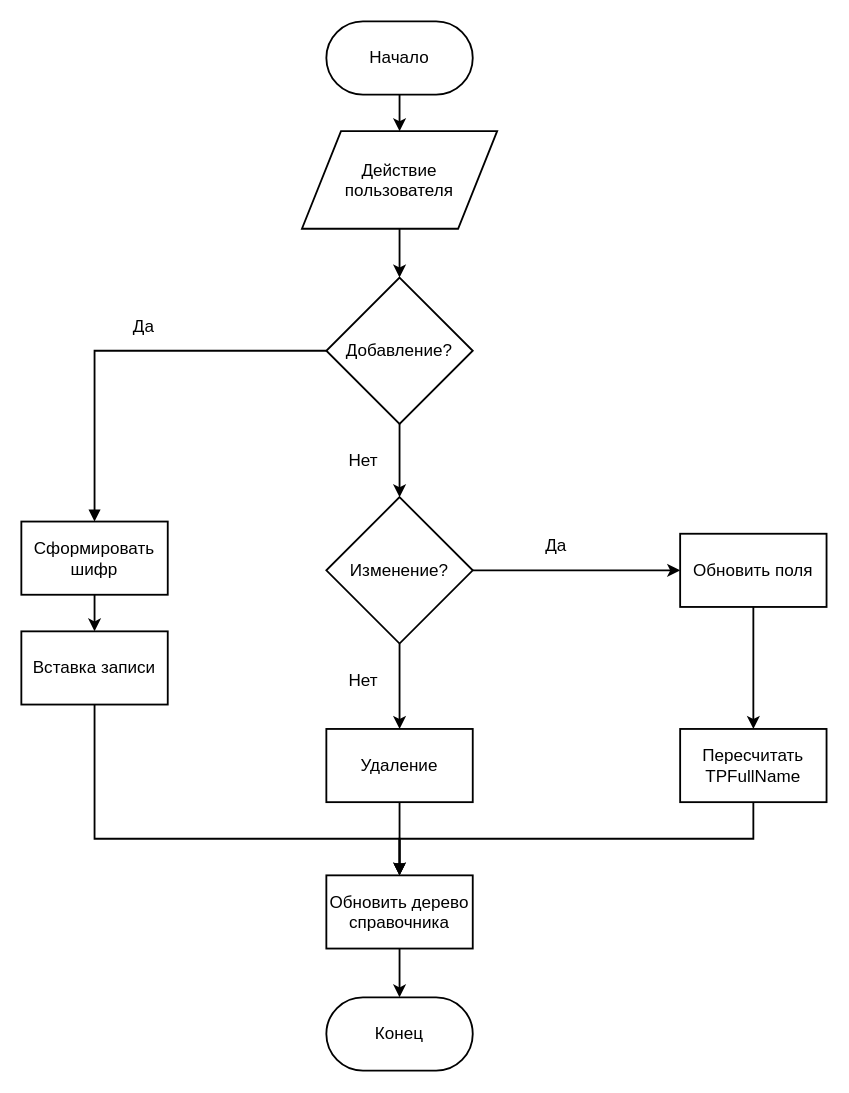
Before: page "Page-7" (7 of 21) of diagrams/Untitled Diagram.drawio in KhasanovAMdev/MyDiagrams, a draw.io diagram. Source tidied: cells renumbered, new cells numbered last; positions are measured from the earlier drawing's top-left corner, leaving out a move shared by most shapes. Both pictures are drawn from the tidied source at 122%, with x=0, y=0 at pixel (21, 21).
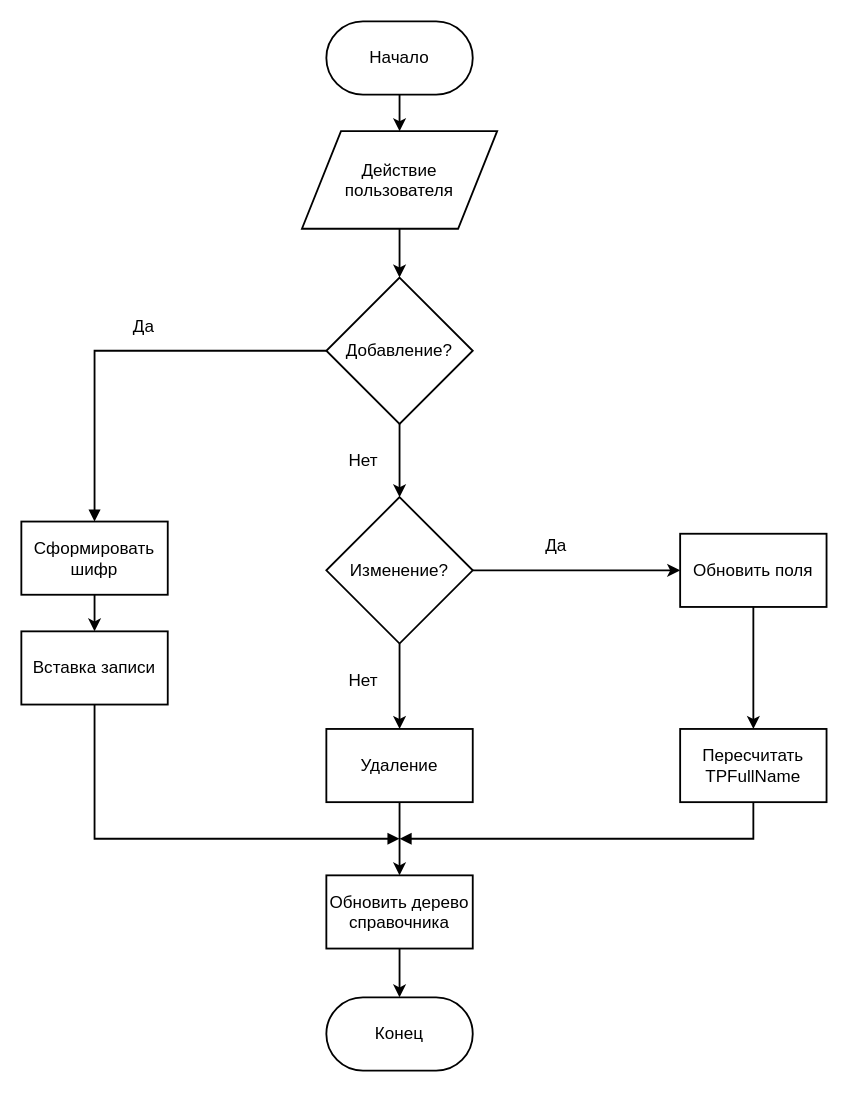
After the change.

Unchanged cells that the change refers to:
```xml
<mxCell id="6" value="Вставка записи" style="shape=label;whiteSpace=wrap;html=1;fillColor=#ffffff;strokeColor=#000000;strokeWidth=1.5;fontSize=14;rounded=0;" parent="1" vertex="1">
  <mxGeometry y="500" width="120" height="60" as="geometry" />
</mxCell>
<mxCell id="9" value="Пересчитать TPFullName" style="shape=label;whiteSpace=wrap;html=1;fillColor=#ffffff;strokeColor=#000000;strokeWidth=1.5;fontSize=14;rounded=0;" parent="1" vertex="1">
  <mxGeometry x="540" y="580" width="120" height="60" as="geometry" />
</mxCell>
<mxCell id="11" value="Обновить дерево справочника" style="rounded=0;whiteSpace=wrap;html=1;fillColor=#ffffff;strokeColor=#000000;strokeWidth=1.5;fontSize=14;" parent="1" vertex="1">
  <mxGeometry x="250" y="700" width="120" height="60" as="geometry" />
</mxCell>
```

Diff of the diagram source:
```diff
@@
-    <mxCell id="18" style="edgeStyle=orthogonalEdgeStyle;rounded=0;html=1;strokeWidth=1.5;endArrow=block;endFill=1;fontSize=14;" parent="1" edge="1" source="6" target="11">
-      <mxGeometry relative="1" as="geometry">
+    <mxCell id="18" style="edgeStyle=orthogonalEdgeStyle;rounded=0;html=1;strokeWidth=1.5;endArrow=block;endFill=1;fontSize=14;" parent="1" edge="1" source="6">
+      <mxGeometry x="0.08" relative="1" as="geometry">
+        <mxPoint x="310" y="670" as="targetPoint" />
         <Array as="points">
           <mxPoint x="60" y="670" />
           <mxPoint x="310" y="670" />
         </Array>
       </mxGeometry>
     </mxCell>
@@
-    <mxCell id="22" style="edgeStyle=orthogonalEdgeStyle;rounded=0;html=1;strokeWidth=1.5;endArrow=block;endFill=1;fontSize=14;" parent="1" edge="1" source="9" target="11">
-      <mxGeometry relative="1" as="geometry">
+    <mxCell id="22" style="edgeStyle=orthogonalEdgeStyle;rounded=0;html=1;strokeWidth=1.5;endArrow=block;endFill=1;fontSize=14;" parent="1" edge="1" source="9">
+      <mxGeometry x="0.09" relative="1" as="geometry">
+        <mxPoint x="310" y="670" as="targetPoint" />
         <Array as="points">
           <mxPoint x="600" y="670" />
           <mxPoint x="310" y="670" />
         </Array>
       </mxGeometry>
     </mxCell>
```
